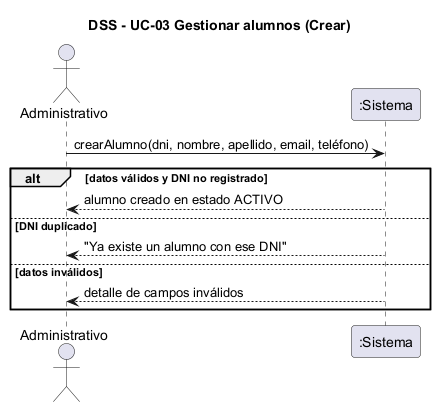
This is document/diagramas/dss-crear-alumno.png from ISMAELALTHENOFER/BACKOFFICE-ACADEMICO-ITEC-N-1, a PlantUML export, as it was before one commit.
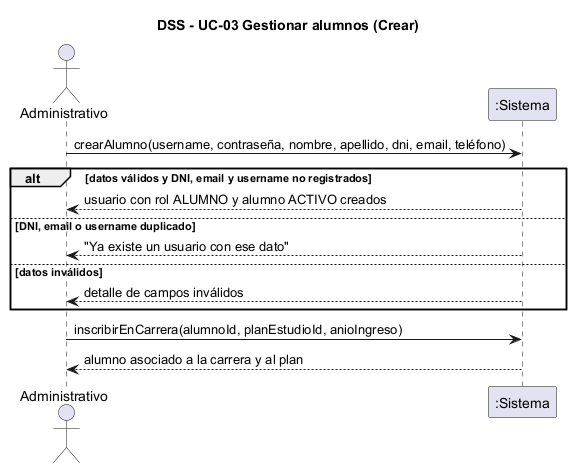
Above is the later version.

Diff of the diagram source:
```diff
@@ -3,12 +3,14 @@
 title DSS - UC-03 Gestionar alumnos (Crear)
 actor "Administrativo" as U
 participant ":Sistema" as S
-U -> S : crearAlumno(dni, nombre, apellido, email, teléfono)
-alt datos válidos y DNI no registrado
-  S --> U : alumno creado en estado ACTIVO
-else DNI duplicado
-  S --> U : "Ya existe un alumno con ese DNI"
+U -> S : crearAlumno(username, contraseña, nombre, apellido, dni, email, teléfono)
+alt datos válidos y DNI, email y username no registrados
+  S --> U : usuario con rol ALUMNO y alumno ACTIVO creados
+else DNI, email o username duplicado
+  S --> U : "Ya existe un usuario con ese dato"
 else datos inválidos
   S --> U : detalle de campos inválidos
 end
+U -> S : inscribirEnCarrera(alumnoId, planEstudioId, anioIngreso)
+S --> U : alumno asociado a la carrera y al plan
 @enduml
```
